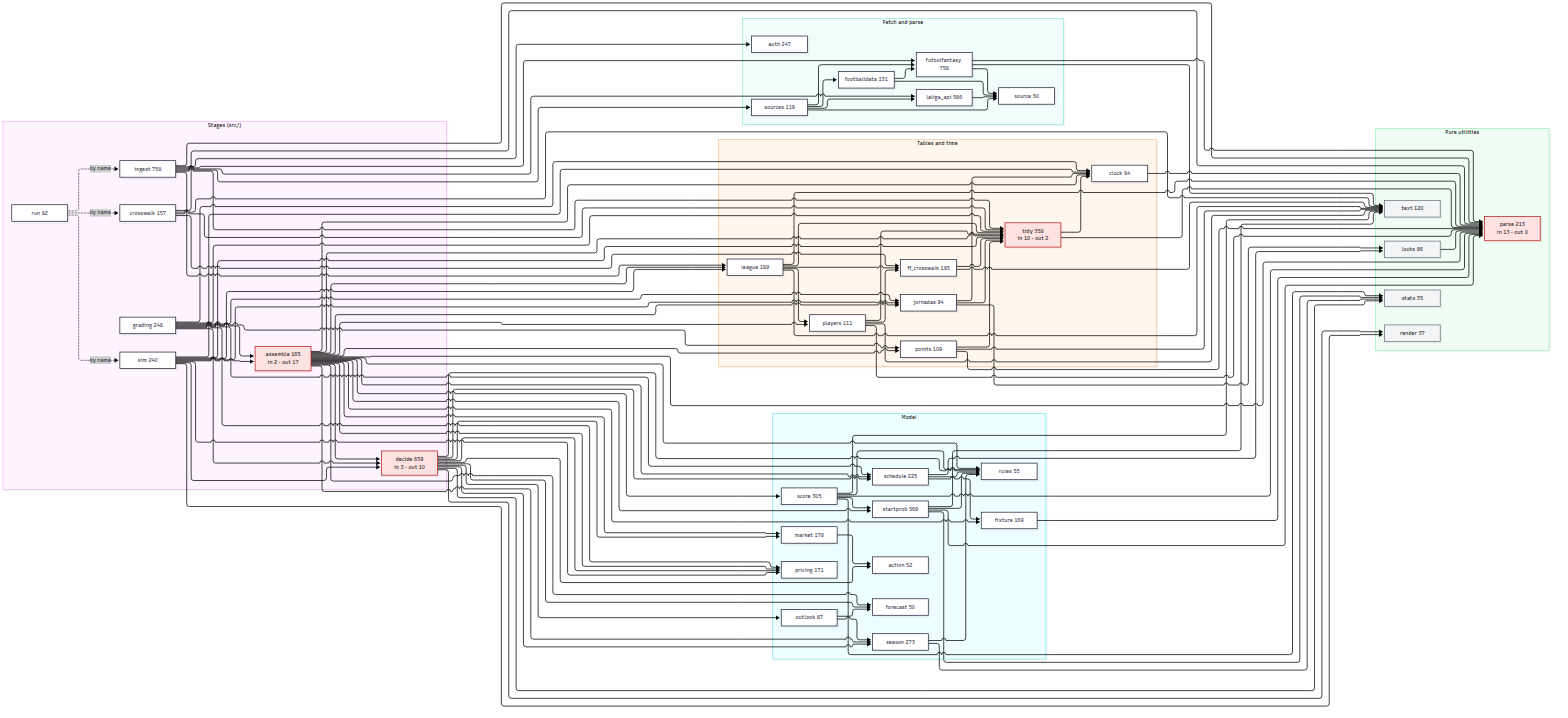
Above: docs/modules.png in OrsM/liga_five_guys (Mermaid), before the change. Its source is kept beside it as docs/modules.mmd. The source it was exported from:
```mermaid
flowchart LR
    classDef hub fill:#fee2e2,stroke:#b91c1c,color:#111
    classDef leaf fill:#f3f4f6,stroke:#6b7280,color:#111
    subgraph stages["Stages (src/)"]
        assemble["assemble 165<br/>in 2 · out 17"]:::hub
        crosswalk["crosswalk 157"]
        decide["decide 639<br/>in 3 · out 10"]:::hub
        grading["grading 248"]
        ingest["ingest 758"]
        run["run 82"]
        sim["sim 240"]
    end
    subgraph fetch["Fetch and parse"]
        auth["auth 247"]
        footballdata["footballdata 131"]
        futbolfantasy["futbolfantasy 758"]
        laliga_api["laliga_api 586"]
        source["source 50"]
        sources["sources 119"]
    end
    subgraph data["Tables and time"]
        clock["clock 84"]
        ff_crosswalk["ff_crosswalk 185"]
        jornadas["jornadas 94"]
        league["league 189"]
        players["players 111"]
        points["points 109"]
        tidy["tidy 358<br/>in 10 · out 2"]:::hub
    end
    subgraph model["Model"]
        action["action 52"]
        fixture["fixture 169"]
        forecast["forecast 50"]
        market["market 178"]
        outlook["outlook 87"]
        pricing["pricing 171"]
        rules["rules 55"]
        schedule["schedule 225"]
        score["score 305"]
        season["season 273"]
        startprob["startprob 569"]
    end
    subgraph util["Pure utilities"]
        locks["locks 86"]:::leaf
        parse["parse 213<br/>in 13 · out 0"]:::hub
        render["render 37"]:::leaf
        text["text 120"]:::leaf
        stats["stats 35"]:::leaf
    end
    run -. "by name" .-> ingest
    run -. "by name" .-> crosswalk
    run -. "by name" .-> sim
    assemble --> decide
    assemble --> clock
    assemble --> fixture
    assemble --> forecast
    assemble --> jornadas
    assemble --> league
    assemble --> market
    assemble --> parse
    assemble --> players
    assemble --> points
    assemble --> pricing
    assemble --> rules
    assemble --> schedule
    assemble --> score
    assemble --> season
    assemble --> startprob
    assemble --> tidy
    crosswalk --> ff_crosswalk
    crosswalk --> parse
    crosswalk --> text
    crosswalk --> tidy
    decide --> action
    decide --> forecast
    decide --> market
    decide --> outlook
    decide --> pricing
    decide --> render
    decide --> rules
    decide --> schedule
    decide --> season
    decide --> stats
    clock --> parse
    ff_crosswalk --> text
    ff_crosswalk --> tidy
    fixture --> parse
    footballdata --> futbolfantasy
    footballdata --> source
    futbolfantasy --> parse
    futbolfantasy --> source
    futbolfantasy --> text
    jornadas --> clock
    jornadas --> locks
    jornadas --> tidy
    laliga_api --> source
    league --> ff_crosswalk
    league --> parse
    league --> players
    league --> text
    league --> tidy
    locks --> parse
    market --> action
    outlook --> forecast
    outlook --> season
    players --> ff_crosswalk
    players --> parse
    players --> text
    players --> tidy
    points --> parse
    points --> text
    points --> tidy
    schedule --> fixture
    schedule --> locks
    schedule --> rules
    score --> parse
    score --> rules
    score --> startprob
    score --> text
    score --> stats
    season --> rules
    season --> stats
    startprob --> parse
    startprob --> rules
    startprob --> text
    startprob --> stats
    tidy --> clock
    tidy --> parse
    grading --> assemble
    grading --> decide
    grading --> clock
    grading --> jornadas
    grading --> points
    grading --> pricing
    grading --> schedule
    grading --> tidy
    ingest --> auth
    ingest --> futbolfantasy
    ingest --> laliga_api
    ingest --> league
    ingest --> parse
    ingest --> tidy
    ingest --> sources
    sim --> assemble
    sim --> decide
    sim --> clock
    sim --> jornadas
    sim --> league
    sim --> pricing
    sim --> render
    sim --> tidy
    sources --> footballdata
    sources --> futbolfantasy
    sources --> laliga_api
    sources --> source
```
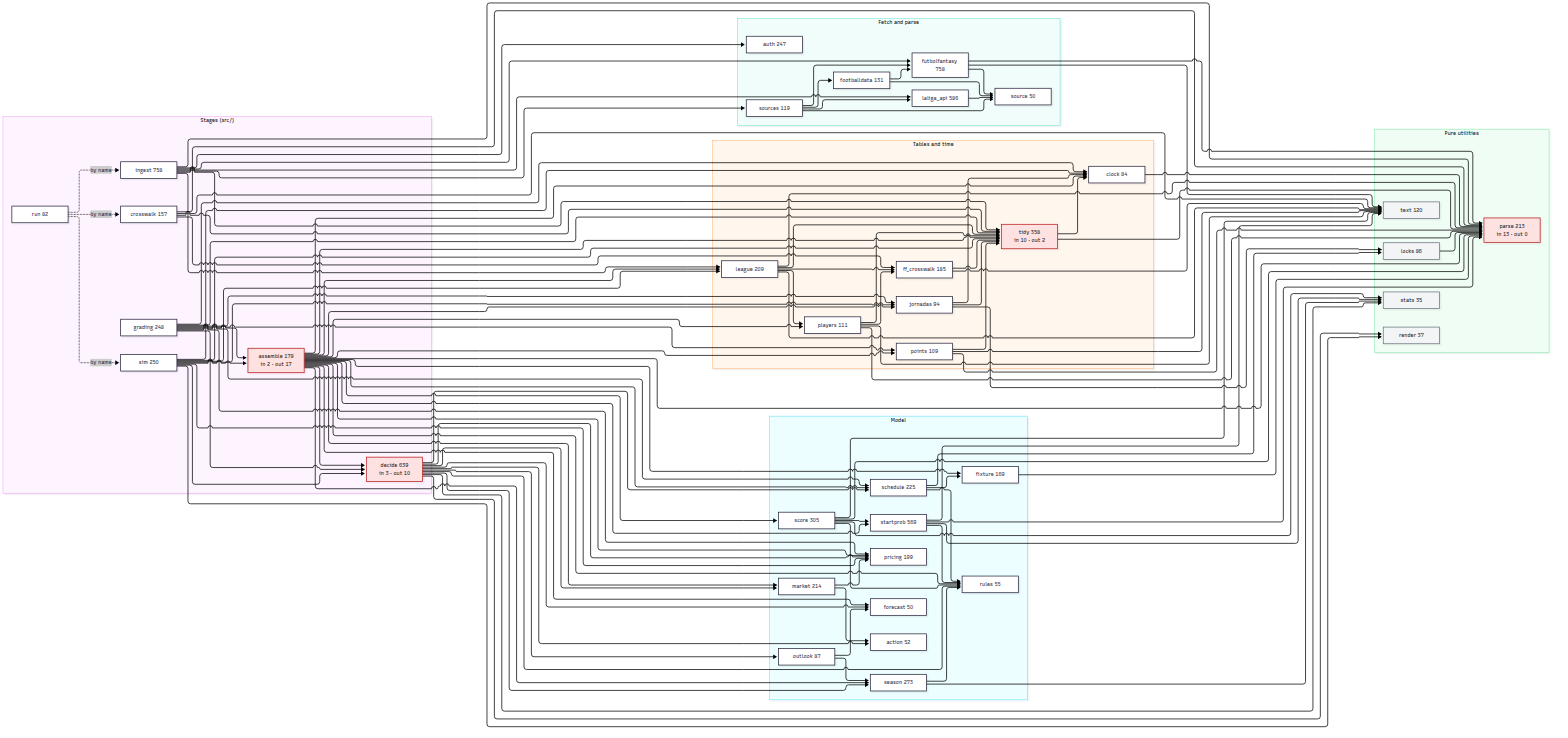
Above is the later version.

Change to the diagram source:
```diff
@@ -2,13 +2,13 @@
     classDef hub fill:#fee2e2,stroke:#b91c1c,color:#111
     classDef leaf fill:#f3f4f6,stroke:#6b7280,color:#111
     subgraph stages["Stages (src/)"]
-        assemble["assemble 165<br/>in 2 · out 17"]:::hub
+        assemble["assemble 179<br/>in 2 · out 17"]:::hub
         crosswalk["crosswalk 157"]
         decide["decide 639<br/>in 3 · out 10"]:::hub
         grading["grading 248"]
         ingest["ingest 758"]
         run["run 82"]
-        sim["sim 240"]
+        sim["sim 250"]
     end
     subgraph fetch["Fetch and parse"]
         auth["auth 247"]
@@ -22,7 +22,7 @@
         clock["clock 84"]
         ff_crosswalk["ff_crosswalk 185"]
         jornadas["jornadas 94"]
-        league["league 189"]
+        league["league 209"]
         players["players 111"]
         points["points 109"]
         tidy["tidy 358<br/>in 10 · out 2"]:::hub
@@ -31,9 +31,9 @@
         action["action 52"]
         fixture["fixture 169"]
         forecast["forecast 50"]
-        market["market 178"]
+        market["market 214"]
         outlook["outlook 87"]
-        pricing["pricing 171"]
+        pricing["pricing 199"]
         rules["rules 55"]
         schedule["schedule 225"]
         score["score 305"]
@@ -101,6 +101,7 @@
     league --> tidy
     locks --> parse
     market --> action
+    market --> pricing
     outlook --> forecast
     outlook --> season
     players --> ff_crosswalk
```
